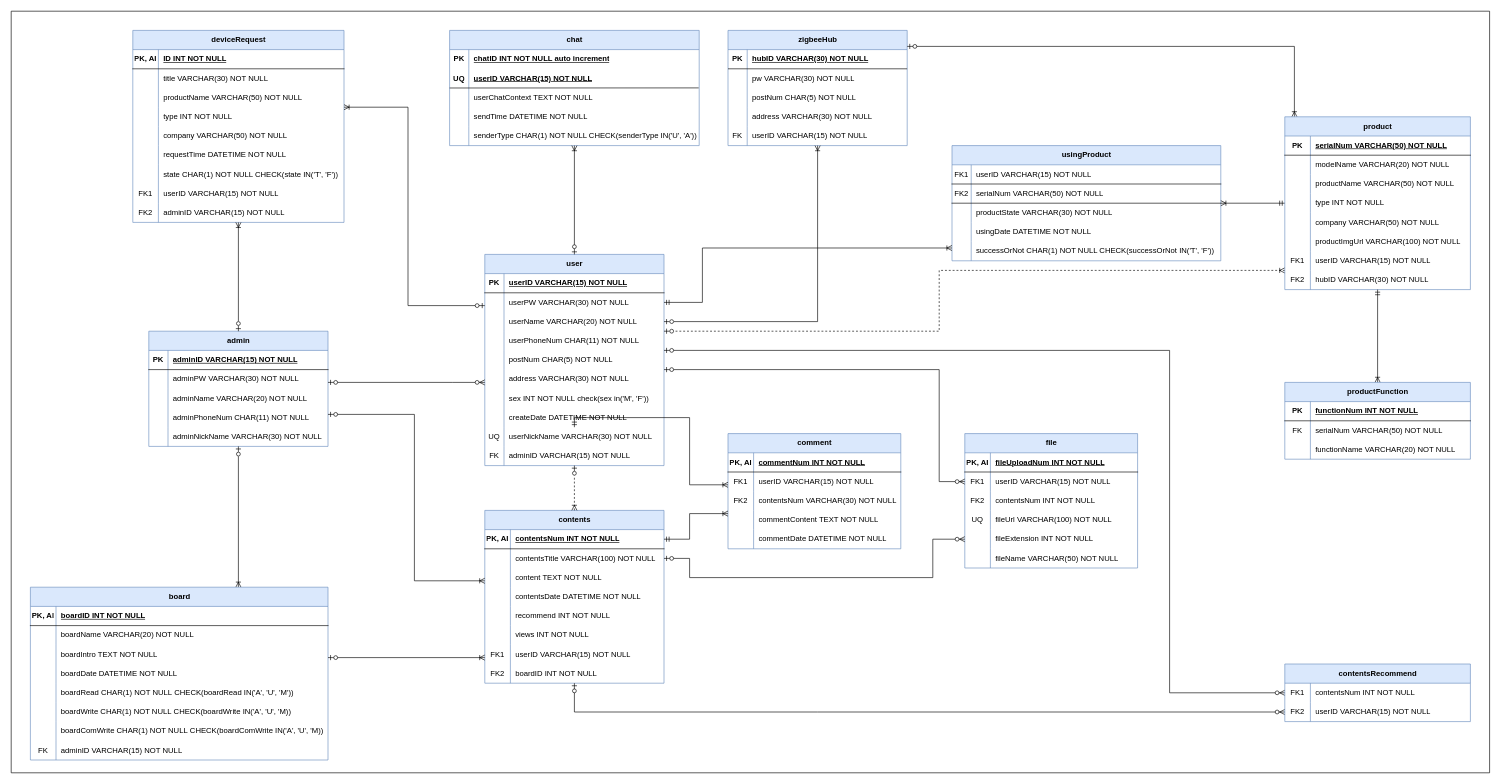
Earlier version of the draw.io diagram 캡스톤 디자인/산출물/EER.drawio (rmflsdl4/SIRIUS). Source tidied: cells renumbered, new cells numbered last; positions are measured from the earlier drawing's top-left corner, leaving out a move shared by most shapes. Both pictures are drawn from the tidied source at 64%, with x=0, y=0 at pixel (11, 11).
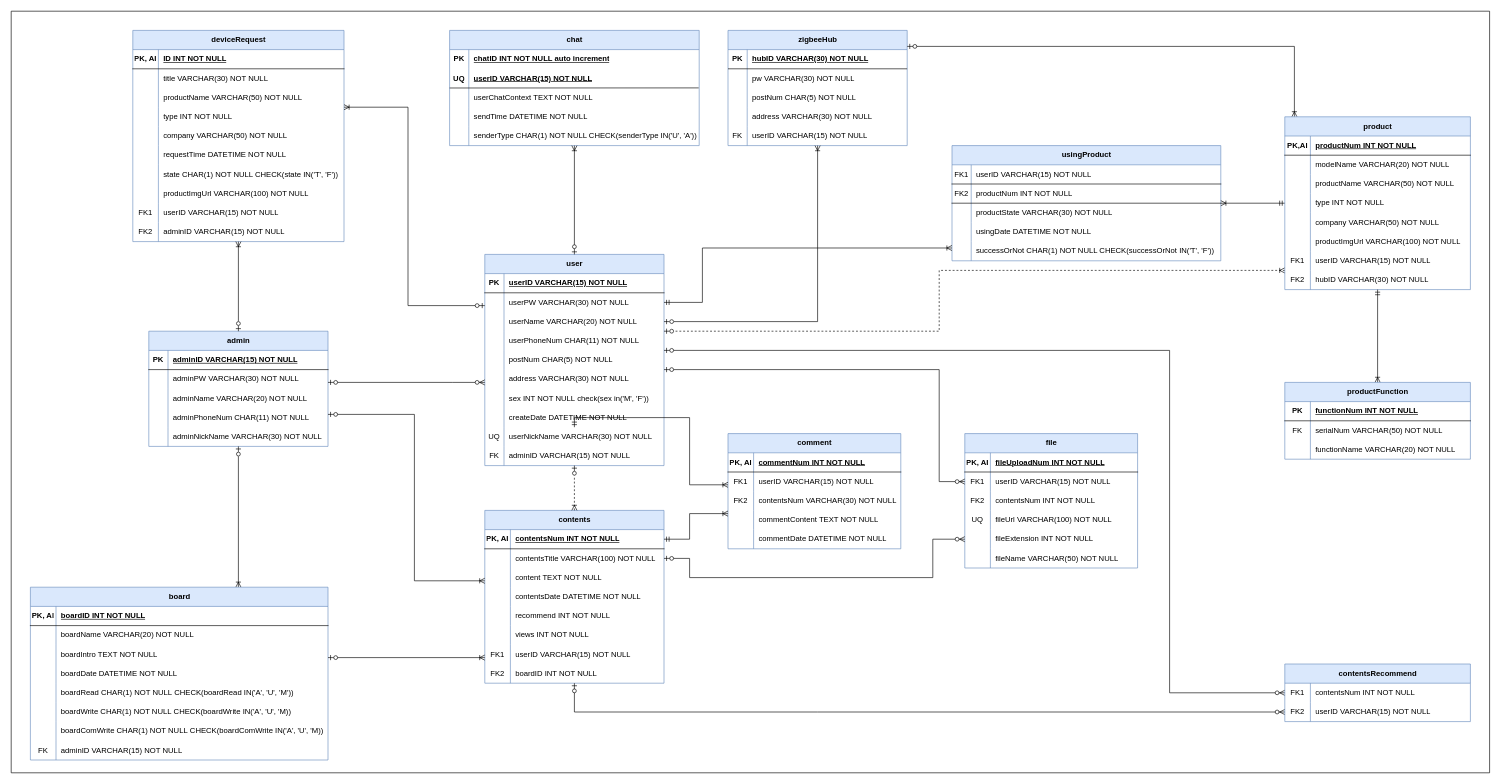
The same page after the edit.

Unchanged cells that the change refers to:
```xml
<mxCell id="79" style="shape=tableRow;horizontal=0;startSize=0;swimlaneHead=0;swimlaneBody=0;fillColor=none;top=0;left=0;right=0;bottom=1;" parent="75" vertex="1">
  <mxGeometry y="60" width="420" height="30" as="geometry" />
</mxCell>
<mxCell id="240" style="shape=tableRow;horizontal=0;startSize=0;swimlaneHead=0;swimlaneBody=0;fillColor=none;top=0;left=0;right=0;bottom=1;" parent="239" vertex="1">
  <mxGeometry y="30" width="290" height="30" as="geometry" />
</mxCell>
```

Diff of the diagram source:
```diff
@@
-    <mxCell id="81" value="&lt;span style=&quot;text-wrap: nowrap;&quot;&gt;serialNum VARCHAR(50) NOT NULL&lt;/span&gt;" style="shape=partialRectangle;fillColor=none;top=0;left=0;bottom=0;right=0;align=left;spacingLeft=6;fontStyle=0;overflow=hidden;whiteSpace=wrap;html=1;" parent="79" vertex="1">
+    <mxCell id="81" value="&lt;span style=&quot;text-wrap: nowrap;&quot;&gt;productNum INT NOT NULL&lt;/span&gt;" style="shape=partialRectangle;fillColor=none;top=0;left=0;bottom=0;right=0;align=left;spacingLeft=6;fontStyle=0;overflow=hidden;whiteSpace=wrap;html=1;" parent="79" vertex="1">
       <mxGeometry x="30" width="390" height="30" as="geometry" />
     </mxCell>
@@
     <mxCell id="186" value="deviceRequest" style="shape=table;startSize=30;childLayout=tableLayout;rowLines=0;fontStyle=1;align=center;html=1;fillColor=#dae8fc;strokeColor=#6c8ebf;" parent="1" vertex="1">
-      <mxGeometry x="190" y="30" width="330" height="300" as="geometry" />
+      <mxGeometry x="190" y="30" width="330" height="330" as="geometry" />
     </mxCell>
@@
+    <mxCell id="276" style="shape=tableRow;horizontal=0;startSize=0;swimlaneHead=0;swimlaneBody=0;fillColor=none;top=0;left=0;right=0;bottom=0;" parent="186" vertex="1">
+      <mxGeometry y="240" width="330" height="30" as="geometry" />
+    </mxCell>
+    <mxCell id="277" style="shape=partialRectangle;fillColor=none;top=0;left=0;bottom=0;right=0;overflow=hidden;whiteSpace=wrap;html=1;" parent="276" vertex="1">
+      <mxGeometry width="40" height="30" as="geometry" />
+    </mxCell>
+    <mxCell id="278" value="&lt;span style=&quot;text-wrap: nowrap;&quot;&gt;productImgUrl VARCHAR(100) NOT NULL&lt;/span&gt;" style="shape=partialRectangle;fillColor=none;top=0;left=0;bottom=0;right=0;align=left;spacingLeft=6;overflow=hidden;whiteSpace=wrap;html=1;" parent="276" vertex="1">
+      <mxGeometry x="40" width="290" height="30" as="geometry" />
+    </mxCell>
     <mxCell id="208" style="shape=tableRow;horizontal=0;startSize=0;swimlaneHead=0;swimlaneBody=0;fillColor=none;top=0;left=0;right=0;bottom=0;" parent="186" vertex="1">
-      <mxGeometry y="240" width="330" height="30" as="geometry" />
+      <mxGeometry y="270" width="330" height="30" as="geometry" />
     </mxCell>
@@
     <mxCell id="211" style="shape=tableRow;horizontal=0;startSize=0;swimlaneHead=0;swimlaneBody=0;fillColor=none;top=0;left=0;right=0;bottom=0;" parent="186" vertex="1">
-      <mxGeometry y="270" width="330" height="30" as="geometry" />
+      <mxGeometry y="300" width="330" height="30" as="geometry" />
     </mxCell>
@@
-    <mxCell id="241" value="PK" style="shape=partialRectangle;fillColor=none;top=0;left=0;bottom=0;right=0;fontStyle=1;overflow=hidden;whiteSpace=wrap;html=1;" parent="240" vertex="1">
+    <mxCell id="241" value="PK,AI" style="shape=partialRectangle;fillColor=none;top=0;left=0;bottom=0;right=0;fontStyle=1;overflow=hidden;whiteSpace=wrap;html=1;" parent="240" vertex="1">
       <mxGeometry width="40" height="30" as="geometry" />
     </mxCell>
-    <mxCell id="242" value="&lt;span style=&quot;text-wrap: nowrap;&quot;&gt;serialNum VARCHAR(50) NOT NULL&lt;/span&gt;" style="shape=partialRectangle;fillColor=none;top=0;left=0;bottom=0;right=0;align=left;spacingLeft=6;fontStyle=5;overflow=hidden;whiteSpace=wrap;html=1;" parent="240" vertex="1">
+    <mxCell id="242" value="&lt;span style=&quot;text-wrap: nowrap;&quot;&gt;productNum INT NOT NULL&lt;/span&gt;" style="shape=partialRectangle;fillColor=none;top=0;left=0;bottom=0;right=0;align=left;spacingLeft=6;fontStyle=5;overflow=hidden;whiteSpace=wrap;html=1;" parent="240" vertex="1">
       <mxGeometry x="40" width="250" height="30" as="geometry" />
     </mxCell>
```
